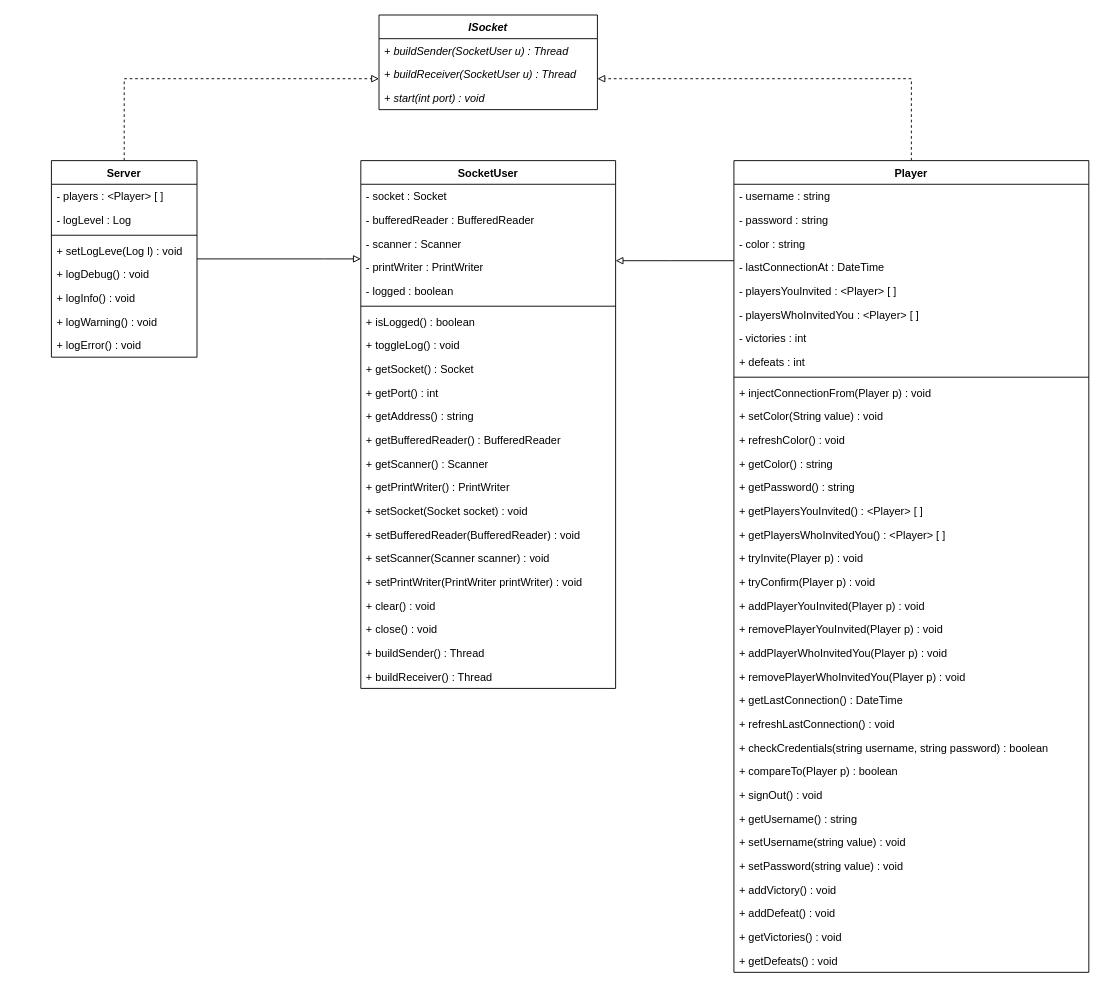
katseyres2/bataille-navale keeps this draw.io diagram as class_diagram.drawio. Above is the earlier version. Source tidied: cells renumbered, new cells numbered last; positions are measured from the earlier drawing's top-left corner, leaving out a move shared by most shapes. Both pictures are drawn from the tidied source at 91%, with x=0, y=0 at pixel (51, 15).
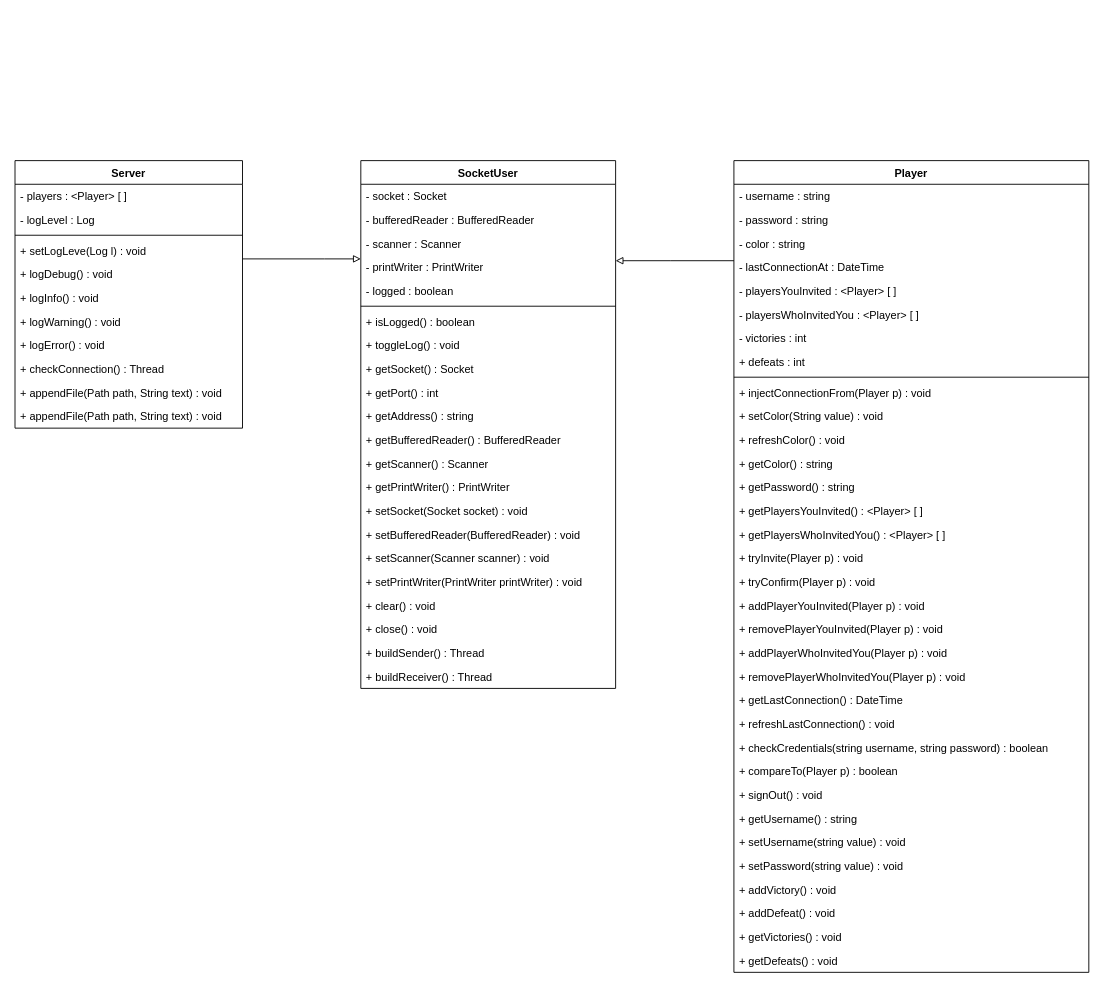
After the change.

Unchanged cells that the change refers to:
```xml
<mxCell id="27" value="Player" style="swimlane;fontStyle=1;align=center;verticalAlign=top;horizontal=1;startSize=26;" parent="1" vertex="1">
  <mxGeometry x="750" y="160" width="390" height="892" as="geometry" />
</mxCell>
```

What changed in the source:
```diff
@@
-    <mxCell id="26" style="edgeStyle=orthogonalEdgeStyle;rounded=0;jettySize=auto;html=1;dashed=1;endArrow=block;endFill=0;" parent="1" edge="1" source="27" target="73">
-      <mxGeometry relative="1" as="geometry">
-        <Array as="points">
-          <mxPoint x="945" y="70" />
-        </Array>
-      </mxGeometry>
-    </mxCell>
@@
-    <mxCell id="63" style="edgeStyle=orthogonalEdgeStyle;rounded=0;jettySize=auto;html=1;endArrow=block;endFill=0;dashed=1;" parent="1" edge="1" source="64" target="73">
-      <mxGeometry relative="1" as="geometry">
-        <Array as="points">
-          <mxPoint x="80" y="70" />
-        </Array>
-      </mxGeometry>
-    </mxCell>
     <mxCell id="64" value="Server" style="swimlane;fontStyle=1;align=center;verticalAlign=top;horizontal=1;startSize=26;" parent="1" vertex="1">
-      <mxGeometry y="160" width="160" height="216" as="geometry" />
+      <mxGeometry x="-40" y="160" width="250" height="294" as="geometry" />
     </mxCell>
     <mxCell id="65" value="- players : &lt;Player&gt; [ ]" style="text;strokeColor=none;fillColor=none;align=left;verticalAlign=top;spacingLeft=4;spacingRight=4;overflow=hidden;" parent="64" vertex="1">
-      <mxGeometry y="26" width="160" height="26" as="geometry" />
+      <mxGeometry y="26" width="250" height="26" as="geometry" />
     </mxCell>
     <mxCell id="66" value="- logLevel : Log" style="text;strokeColor=none;fillColor=none;align=left;verticalAlign=top;spacingLeft=4;spacingRight=4;overflow=hidden;" parent="64" vertex="1">
-      <mxGeometry y="52" width="160" height="26" as="geometry" />
+      <mxGeometry y="52" width="250" height="26" as="geometry" />
     </mxCell>
     <mxCell id="67" style="line;strokeWidth=1;fillColor=none;align=left;verticalAlign=middle;spacingTop=-1;spacingLeft=3;spacingRight=3;labelPosition=right;strokeColor=inherit;" parent="64" vertex="1">
-      <mxGeometry y="78" width="160" height="8" as="geometry" />
+      <mxGeometry y="78" width="250" height="8" as="geometry" />
     </mxCell>
     <mxCell id="68" value="+ setLogLeve(Log l) : void" style="text;strokeColor=none;fillColor=none;align=left;verticalAlign=top;spacingLeft=4;spacingRight=4;overflow=hidden;" parent="64" vertex="1">
-      <mxGeometry y="86" width="160" height="26" as="geometry" />
+      <mxGeometry y="86" width="250" height="26" as="geometry" />
     </mxCell>
     <mxCell id="69" value="+ logDebug() : void" style="text;strokeColor=none;fillColor=none;align=left;verticalAlign=top;spacingLeft=4;spacingRight=4;overflow=hidden;" parent="64" vertex="1">
-      <mxGeometry y="112" width="160" height="26" as="geometry" />
+      <mxGeometry y="112" width="250" height="26" as="geometry" />
     </mxCell>
     <mxCell id="70" value="+ logInfo() : void" style="text;strokeColor=none;fillColor=none;align=left;verticalAlign=top;spacingLeft=4;spacingRight=4;overflow=hidden;" parent="64" vertex="1">
-      <mxGeometry y="138" width="160" height="26" as="geometry" />
+      <mxGeometry y="138" width="250" height="26" as="geometry" />
     </mxCell>
     <mxCell id="71" value="+ logWarning() : void" style="text;strokeColor=none;fillColor=none;align=left;verticalAlign=top;spacingLeft=4;spacingRight=4;overflow=hidden;" parent="64" vertex="1">
-      <mxGeometry y="164" width="160" height="26" as="geometry" />
+      <mxGeometry y="164" width="250" height="26" as="geometry" />
     </mxCell>
     <mxCell id="72" value="+ logError() : void" style="text;strokeColor=none;fillColor=none;align=left;verticalAlign=top;spacingLeft=4;spacingRight=4;overflow=hidden;" parent="64" vertex="1">
-      <mxGeometry y="190" width="160" height="26" as="geometry" />
+      <mxGeometry y="190" width="250" height="26" as="geometry" />
     </mxCell>
-    <mxCell id="73" value="ISocket" style="swimlane;fontStyle=3;align=center;verticalAlign=top;horizontal=1;startSize=26;" parent="1" vertex="1">
-      <mxGeometry x="360" width="240" height="104" as="geometry" />
-    </mxCell>
-    <mxCell id="74" value="+ buildSender(SocketUser u) : Thread" style="text;strokeColor=none;fillColor=none;align=left;verticalAlign=top;spacingLeft=4;spacingRight=4;overflow=hidden;fontStyle=2;" parent="73" vertex="1">
-      <mxGeometry y="26" width="240" height="26" as="geometry" />
-    </mxCell>
-    <mxCell id="75" value="+ buildReceiver(SocketUser u) : Thread" style="text;strokeColor=none;fillColor=none;align=left;verticalAlign=top;spacingLeft=4;spacingRight=4;overflow=hidden;fontStyle=2;" parent="73" vertex="1">
-      <mxGeometry y="52" width="240" height="26" as="geometry" />
-    </mxCell>
-    <mxCell id="76" value="+ start(int port) : void" style="text;strokeColor=none;fillColor=none;align=left;verticalAlign=top;spacingLeft=4;spacingRight=4;overflow=hidden;fontStyle=2;" parent="73" vertex="1">
-      <mxGeometry y="78" width="240" height="26" as="geometry" />
-    </mxCell>
+    <mxCell id="77" value="+ checkConnection() : Thread" style="text;strokeColor=none;fillColor=none;align=left;verticalAlign=top;spacingLeft=4;spacingRight=4;overflow=hidden;" parent="64" vertex="1">
+      <mxGeometry y="216" width="250" height="26" as="geometry" />
+    </mxCell>
+    <mxCell id="78" value="+ appendFile(Path path, String text) : void" style="text;strokeColor=none;fillColor=none;align=left;verticalAlign=top;spacingLeft=4;spacingRight=4;overflow=hidden;" parent="64" vertex="1">
+      <mxGeometry y="242" width="250" height="26" as="geometry" />
+    </mxCell>
+    <mxCell id="79" value="+ appendFile(Path path, String text) : void" style="text;strokeColor=none;fillColor=none;align=left;verticalAlign=top;spacingLeft=4;spacingRight=4;overflow=hidden;" parent="64" vertex="1">
+      <mxGeometry y="268" width="250" height="26" as="geometry" />
+    </mxCell>
```
